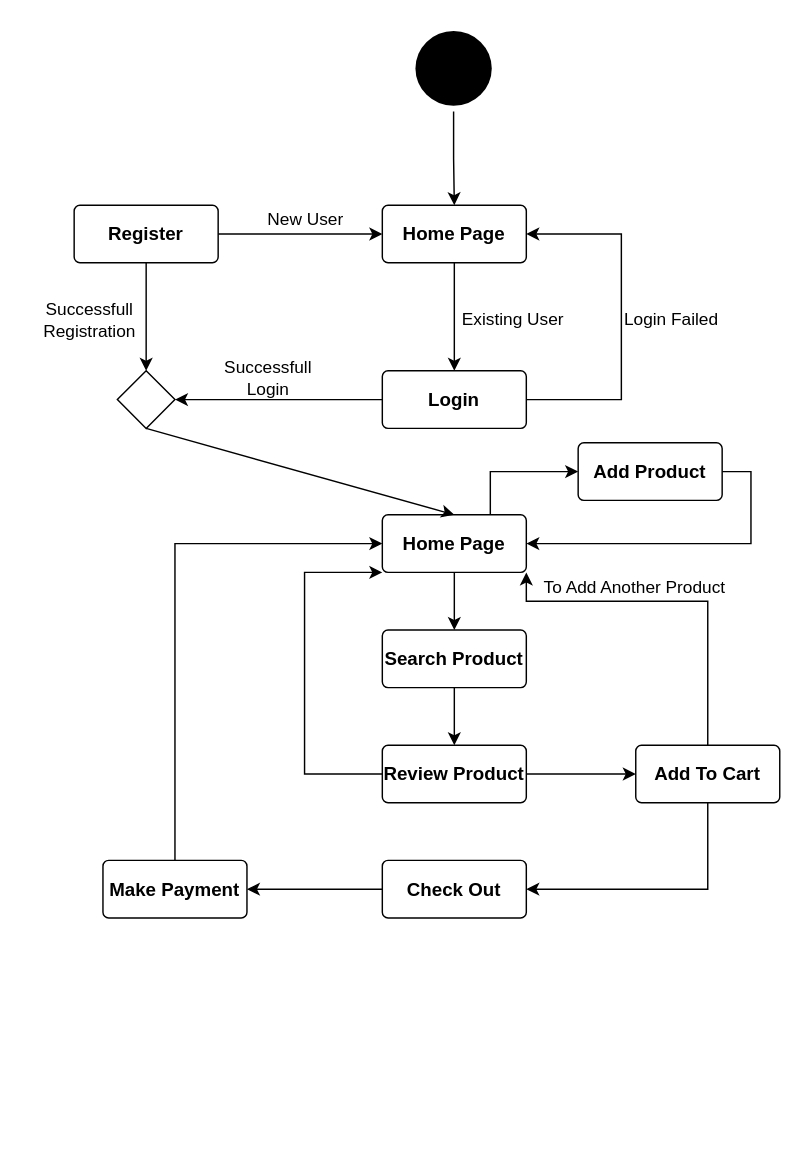
mohdashiqpe/Main-Project keeps this draw.io diagram as UML/Activity Diagram.drawio. Above is the earlier version. Source tidied: cells renumbered, new cells numbered last; positions are measured from the earlier drawing's top-left corner, leaving out a move shared by most shapes. Both pictures are drawn from the tidied source at 144%, with x=0, y=0 at pixel (24, 24).
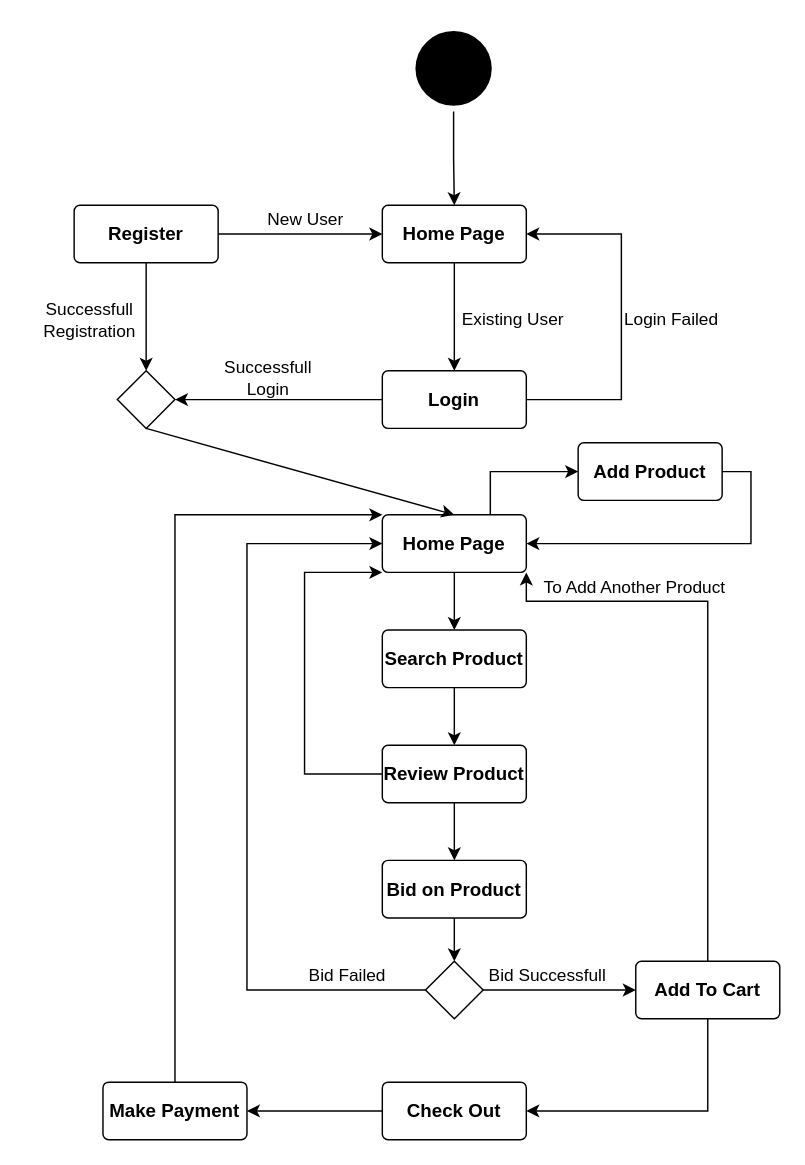
Above is the later version.

The change refers to these unchanged cells:
```xml
<mxCell id="20" value="Home Page" style="rounded=1;arcSize=10;whiteSpace=wrap;html=1;align=center;fontSize=13;fontStyle=1;" parent="1" vertex="1">
  <mxGeometry x="248" y="340" width="100" height="40" as="geometry" />
</mxCell>
<mxCell id="25" value="Review Product" style="rounded=1;arcSize=10;whiteSpace=wrap;html=1;align=center;fontSize=13;fontStyle=1;" parent="1" vertex="1">
  <mxGeometry x="248" y="500" width="100" height="40" as="geometry" />
</mxCell>
```

Change to the diagram source:
```diff
@@
-    <mxCell id="24" style="edgeStyle=orthogonalEdgeStyle;rounded=0;jettySize=auto;html=1;exitX=1;exitY=0.5;exitDx=0;exitDy=0;entryX=0;entryY=0.5;entryDx=0;entryDy=0;" parent="1" edge="1" source="25" target="28">
-      <mxGeometry relative="1" as="geometry" />
-    </mxCell>
+    <mxCell id="37" style="edgeStyle=orthogonalEdgeStyle;rounded=0;jettySize=auto;html=1;exitX=0.5;exitY=1;exitDx=0;exitDy=0;" parent="1" edge="1" source="25" target="39">
+      <mxGeometry relative="1" as="geometry" />
+    </mxCell>
@@
     <mxCell id="28" value="Add To Cart" style="rounded=1;arcSize=10;whiteSpace=wrap;html=1;align=center;fontSize=13;fontStyle=1;" parent="1" vertex="1">
-      <mxGeometry x="424" y="500" width="100" height="40" as="geometry" />
+      <mxGeometry x="424" y="650" width="100" height="40" as="geometry" />
     </mxCell>
@@
     <mxCell id="30" value="Check Out" style="rounded=1;arcSize=10;whiteSpace=wrap;html=1;align=center;fontSize=13;fontStyle=1;" parent="1" vertex="1">
-      <mxGeometry x="248" y="580" width="100" height="40" as="geometry" />
+      <mxGeometry x="248" y="734" width="100" height="40" as="geometry" />
     </mxCell>
@@
-    <mxCell id="32" style="edgeStyle=orthogonalEdgeStyle;rounded=0;jettySize=auto;html=1;entryX=0;entryY=0.5;entryDx=0;entryDy=0;" parent="1" edge="1" source="33" target="20">
+    <mxCell id="32" style="edgeStyle=orthogonalEdgeStyle;rounded=0;jettySize=auto;html=1;entryX=0;entryY=0;entryDx=0;entryDy=0;" parent="1" edge="1" source="33" target="20">
       <mxGeometry relative="1" as="geometry">
         <Array as="points">
-          <mxPoint x="104" y="360" />
+          <mxPoint x="104" y="340" />
         </Array>
       </mxGeometry>
     </mxCell>
     <mxCell id="33" value="Make Payment" style="rounded=1;arcSize=10;whiteSpace=wrap;html=1;align=center;fontSize=13;fontStyle=1;" parent="1" vertex="1">
-      <mxGeometry x="54" y="580" width="100" height="40" as="geometry" />
+      <mxGeometry x="54" y="734" width="100" height="40" as="geometry" />
     </mxCell>
@@
+    <mxCell id="38" style="edgeStyle=orthogonalEdgeStyle;rounded=0;jettySize=auto;html=1;exitX=0.5;exitY=1;exitDx=0;exitDy=0;" parent="1" edge="1" source="39" target="42">
+      <mxGeometry relative="1" as="geometry" />
+    </mxCell>
+    <mxCell id="39" value="Bid on Product" style="rounded=1;arcSize=10;whiteSpace=wrap;html=1;align=center;fontSize=13;fontStyle=1;" parent="1" vertex="1">
+      <mxGeometry x="248" y="580" width="100" height="40" as="geometry" />
+    </mxCell>
+    <mxCell id="40" style="edgeStyle=orthogonalEdgeStyle;rounded=0;jettySize=auto;html=1;exitX=1;exitY=0.5;exitDx=0;exitDy=0;entryX=0;entryY=0.5;entryDx=0;entryDy=0;" parent="1" edge="1" source="42" target="28">
+      <mxGeometry relative="1" as="geometry" />
+    </mxCell>
+    <mxCell id="41" style="edgeStyle=orthogonalEdgeStyle;rounded=0;jettySize=auto;html=1;exitX=0;exitY=0.5;exitDx=0;exitDy=0;entryX=0;entryY=0.5;entryDx=0;entryDy=0;" parent="1" edge="1" source="42" target="20">
+      <mxGeometry relative="1" as="geometry">
+        <Array as="points">
+          <mxPoint x="154" y="670" />
+          <mxPoint x="154" y="360" />
+        </Array>
+      </mxGeometry>
+    </mxCell>
+    <mxCell id="42" style="rhombus;whiteSpace=wrap;html=1;" parent="1" vertex="1">
+      <mxGeometry x="278" y="650" width="40" height="40" as="geometry" />
+    </mxCell>
+    <mxCell id="43" value="Bid Successfull" style="text;html=1;strokeColor=none;fillColor=none;align=center;verticalAlign=middle;whiteSpace=wrap;rounded=0;" parent="1" vertex="1">
+      <mxGeometry x="318" y="645" width="90" height="30" as="geometry" />
+    </mxCell>
+    <mxCell id="44" value="Bid Failed" style="text;html=1;strokeColor=none;fillColor=none;align=center;verticalAlign=middle;whiteSpace=wrap;rounded=0;" parent="1" vertex="1">
+      <mxGeometry x="179" y="645" width="90" height="30" as="geometry" />
+    </mxCell>
```
